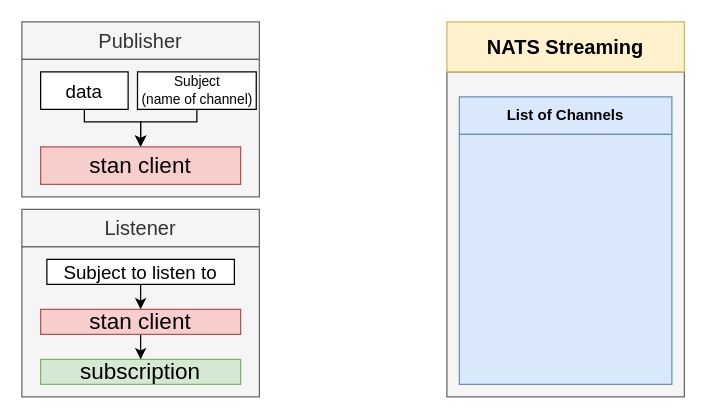
Above: page "20 - listener" (20 of 30) of diagrams/05/11.drawio in HappySuzuki/microservices-cast (draw.io), before the change. Source tidied: cells renumbered, new cells numbered last; positions are measured from the earlier drawing's top-left corner, leaving out a move shared by most shapes. Both pictures are drawn from the tidied source at 125%, with x=0, y=0 at pixel (21, 21).
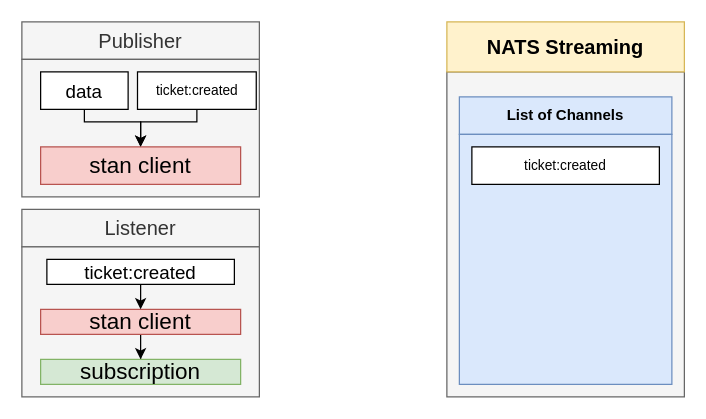
The same page after the edit.

The edit, as a diff of the source:
```diff
@@
-    <mxCell id="14" value="&lt;font style=&quot;font-size: 11px;&quot;&gt;Subject&lt;br style=&quot;font-size: 11px;&quot;&gt;(name of channel)&lt;br style=&quot;font-size: 11px;&quot;&gt;&lt;/font&gt;" style="rounded=0;whiteSpace=wrap;html=1;fontSize=11;align=center;" parent="1" vertex="1">
+    <mxCell id="14" value="&lt;font style=&quot;font-size: 11px&quot;&gt;ticket:created&lt;br style=&quot;font-size: 11px&quot;&gt;&lt;/font&gt;" style="rounded=0;whiteSpace=wrap;html=1;fontSize=11;align=center;" parent="1" vertex="1">
       <mxGeometry x="92.5" y="40" width="95" height="30" as="geometry" />
     </mxCell>
@@
-    <mxCell id="18" value="Subject to listen to" style="rounded=0;whiteSpace=wrap;html=1;fontSize=15;align=center;" parent="1" vertex="1">
+    <mxCell id="18" value="ticket:created" style="rounded=0;whiteSpace=wrap;html=1;fontSize=15;align=center;" parent="1" vertex="1">
       <mxGeometry x="20" y="190" width="150" height="20" as="geometry" />
     </mxCell>
@@
+    <mxCell id="20" value="&lt;font style=&quot;font-size: 11px&quot;&gt;ticket:created&lt;br style=&quot;font-size: 11px&quot;&gt;&lt;/font&gt;" style="rounded=0;whiteSpace=wrap;html=1;fontSize=11;align=center;" parent="1" vertex="1">
+      <mxGeometry x="360" y="100" width="150" height="30" as="geometry" />
+    </mxCell>
```
